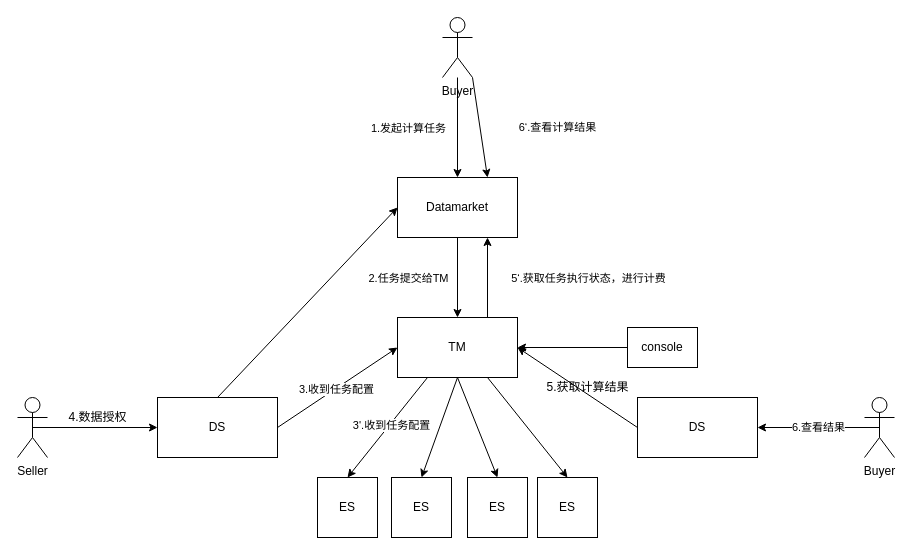
Before: data_auth_.drawio in yankaili2006/drawing_io, a draw.io diagram. Source tidied: cells renumbered, new cells numbered last; positions are measured from the earlier drawing's top-left corner, leaving out a move shared by most shapes. Both pictures are drawn from the tidied source at 100%, with x=0, y=0 at pixel (17, 17).
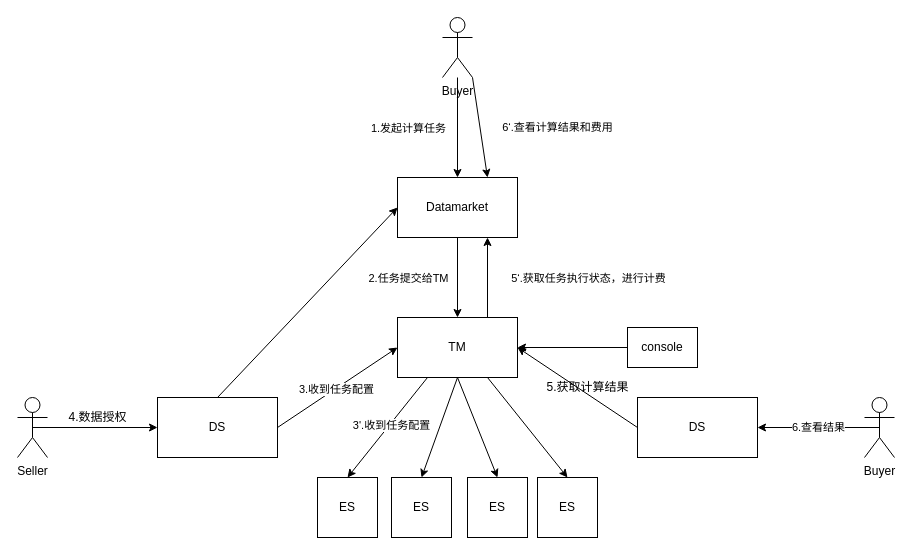
The same diagram, later.

The change refers to these unchanged cells:
```xml
<mxCell id="10" value="Datamarket" style="rounded=0;whiteSpace=wrap;html=1;" parent="1" vertex="1">
  <mxGeometry x="380" y="160" width="120" height="60" as="geometry" />
</mxCell>
<mxCell id="26" value="Buyer" style="shape=umlActor;verticalLabelPosition=bottom;labelBackgroundColor=#ffffff;verticalAlign=top;html=1;outlineConnect=0;" parent="1" vertex="1">
  <mxGeometry x="425" width="30" height="60" as="geometry" />
</mxCell>
```

The edit, as a diff of the source:
```diff
@@
-    <mxCell id="34" value="6‘.查看计算结果" style="endArrow=classic;html=1;entryX=0.75;entryY=0;entryDx=0;entryDy=0;exitX=1;exitY=1;exitDx=0;exitDy=0;exitPerimeter=0;" parent="1" edge="1" source="26" target="10">
+    <mxCell id="34" value="6‘.查看计算结果和费用" style="endArrow=classic;html=1;entryX=0.75;entryY=0;entryDx=0;entryDy=0;exitX=1;exitY=1;exitDx=0;exitDy=0;exitPerimeter=0;" parent="1" edge="1" source="26" target="10">
       <mxGeometry x="0.23" y="77" relative="1" as="geometry" />
     </mxCell>
```
